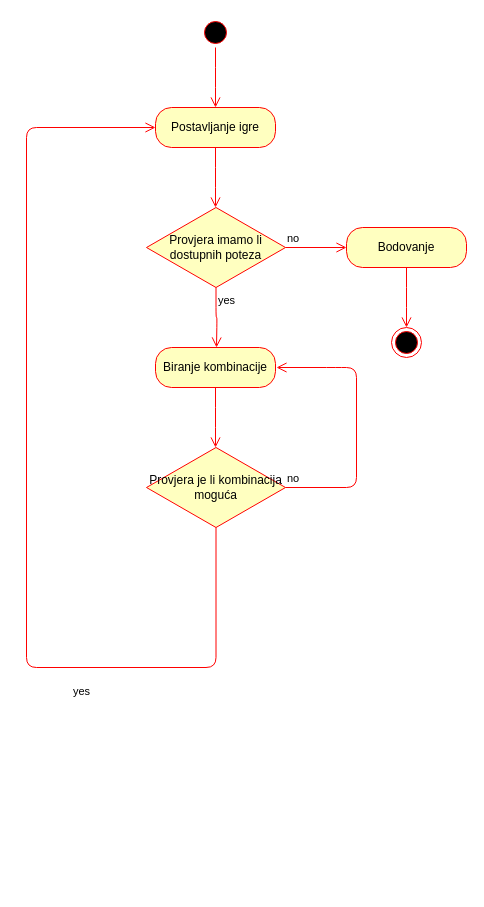
Aytoozi/Match-3-puzzle keeps this draw.io diagram as page "Spajanje kombinacija" (5 of 6) of Dijagram.drawio. Above is the earlier version. Source tidied: cells renumbered, new cells numbered last; positions are measured from the earlier drawing's top-left corner, leaving out a move shared by most shapes. Both pictures are drawn from the tidied source at 100%, with x=0, y=0 at pixel (26, 17).
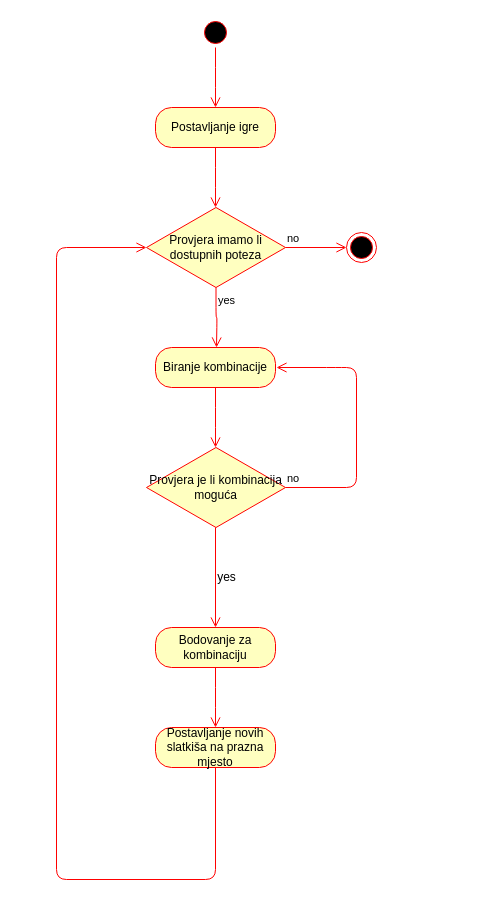
The same diagram, later.

The change refers to these unchanged cells:
```xml
<mxCell id="4" value="Postavljanje igre" style="rounded=1;whiteSpace=wrap;html=1;arcSize=40;fontColor=#000000;fillColor=#ffffc0;strokeColor=#ff0000;" parent="1" vertex="1">
  <mxGeometry x="129" y="90" width="120" height="40" as="geometry" />
</mxCell>
<mxCell id="6" value="Provjera imamo li dostupnih poteza" style="rhombus;whiteSpace=wrap;html=1;fillColor=#ffffc0;strokeColor=#ff0000;" parent="1" vertex="1">
  <mxGeometry x="120" y="190" width="139" height="80" as="geometry" />
</mxCell>
<mxCell id="14" value="Provjera je li kombinacija moguća" style="rhombus;whiteSpace=wrap;html=1;fillColor=#ffffc0;strokeColor=#ff0000;" parent="1" vertex="1">
  <mxGeometry x="120" y="430" width="139" height="80" as="geometry" />
</mxCell>
```

Diff of the diagram source:
```diff
@@
-    <mxCell id="9" value="Bodovanje" style="rounded=1;whiteSpace=wrap;html=1;arcSize=40;fontColor=#000000;fillColor=#ffffc0;strokeColor=#ff0000;" parent="1" vertex="1">
-      <mxGeometry x="320" y="210" width="120" height="40" as="geometry" />
-    </mxCell>
-    <mxCell id="10" style="edgeStyle=orthogonalEdgeStyle;html=1;verticalAlign=bottom;endArrow=open;endSize=8;strokeColor=#ff0000;" parent="1" edge="1" source="9">
-      <mxGeometry relative="1" as="geometry">
-        <mxPoint x="380" y="310" as="targetPoint" />
-      </mxGeometry>
-    </mxCell>
     <mxCell id="11" style="ellipse;html=1;shape=endState;fillColor=#000000;strokeColor=#ff0000;" parent="1" vertex="1">
-      <mxGeometry x="365" y="310" width="30" height="30" as="geometry" />
+      <mxGeometry x="320" y="215" width="30" height="30" as="geometry" />
     </mxCell>
@@
+    <mxCell id="16" value="no" style="edgeStyle=orthogonalEdgeStyle;html=1;align=left;verticalAlign=bottom;endArrow=open;endSize=8;strokeColor=#ff0000;" parent="1" edge="1" source="14">
+      <mxGeometry x="-1" relative="1" as="geometry">
+        <mxPoint x="250" y="350" as="targetPoint" />
+        <Array as="points">
+          <mxPoint x="330" y="470" />
+          <mxPoint x="330" y="350" />
+          <mxPoint x="310" y="350" />
+        </Array>
+      </mxGeometry>
+    </mxCell>
+    <mxCell id="17" style="edgeStyle=orthogonalEdgeStyle;html=1;verticalAlign=bottom;endArrow=open;endSize=8;strokeColor=#ff0000;" parent="1" edge="1">
+      <mxGeometry relative="1" as="geometry">
+        <mxPoint x="189" y="510" as="sourcePoint" />
+        <mxPoint x="189" y="610" as="targetPoint" />
+      </mxGeometry>
+    </mxCell>
-    <mxCell id="15" value="yes" style="edgeStyle=orthogonalEdgeStyle;html=1;align=left;verticalAlign=top;endArrow=open;endSize=8;strokeColor=#ff0000;entryX=0;entryY=0.5;entryDx=0;entryDy=0;" parent="1" edge="1" source="14" target="4">
-      <mxGeometry x="-0.43" y="11" relative="1" as="geometry">
-        <Array as="points">
-          <mxPoint x="190" y="650" />
-          <mxPoint y="650" />
-          <mxPoint y="110" />
-        </Array>
-      </mxGeometry>
+    <mxCell id="15" value="yes&lt;br&gt;" style="text;html=1;align=center;verticalAlign=middle;" parent="1" vertex="1">
+      <mxGeometry x="185" y="550" width="30" height="20" as="geometry" />
     </mxCell>
-    <mxCell id="16" value="no" style="edgeStyle=orthogonalEdgeStyle;html=1;align=left;verticalAlign=bottom;endArrow=open;endSize=8;strokeColor=#ff0000;" parent="1" edge="1" source="14">
-      <mxGeometry x="-1" relative="1" as="geometry">
-        <mxPoint x="250" y="350" as="targetPoint" />
-        <Array as="points">
-          <mxPoint x="330" y="470" />
-          <mxPoint x="330" y="350" />
-          <mxPoint x="310" y="350" />
-        </Array>
-      </mxGeometry>
-    </mxCell>
+    <mxCell id="18" value="Bodovanje za kombinaciju" style="rounded=1;whiteSpace=wrap;html=1;arcSize=40;fontColor=#000000;fillColor=#ffffc0;strokeColor=#ff0000;" parent="1" vertex="1">
+      <mxGeometry x="129" y="610" width="120" height="40" as="geometry" />
+    </mxCell>
+    <mxCell id="19" style="edgeStyle=orthogonalEdgeStyle;html=1;verticalAlign=bottom;endArrow=open;endSize=8;strokeColor=#ff0000;" parent="1" edge="1" source="18">
+      <mxGeometry relative="1" as="geometry">
+        <mxPoint x="189" y="710" as="targetPoint" />
+      </mxGeometry>
+    </mxCell>
+    <mxCell id="20" value="Postavljanje novih slatkiša na prazna mjesto" style="rounded=1;whiteSpace=wrap;html=1;arcSize=40;fontColor=#000000;fillColor=#ffffc0;strokeColor=#ff0000;" parent="1" vertex="1">
+      <mxGeometry x="129" y="710" width="120" height="40" as="geometry" />
+    </mxCell>
+    <mxCell id="21" style="edgeStyle=orthogonalEdgeStyle;html=1;verticalAlign=bottom;endArrow=open;endSize=8;strokeColor=#ff0000;entryX=0;entryY=0.5;entryDx=0;entryDy=0;" parent="1" edge="1" source="20" target="6">
+      <mxGeometry relative="1" as="geometry">
+        <Array as="points">
+          <mxPoint x="189" y="862" />
+          <mxPoint x="30" y="862" />
+          <mxPoint x="30" y="230" />
+        </Array>
+      </mxGeometry>
+    </mxCell>
```
